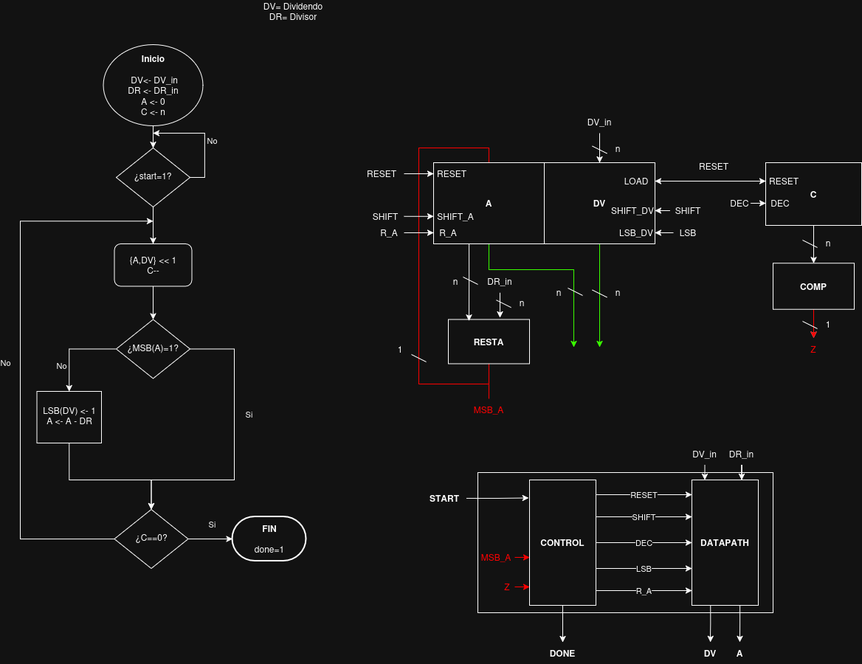
Above: Divisor/Divisor_2.png in r3-electro-hub/Digital-l (draw.io), before the change. Source tidied: cells renumbered, new cells last; positions are measured from the earlier drawing's top-left corner, leaving out a move shared by most shapes.
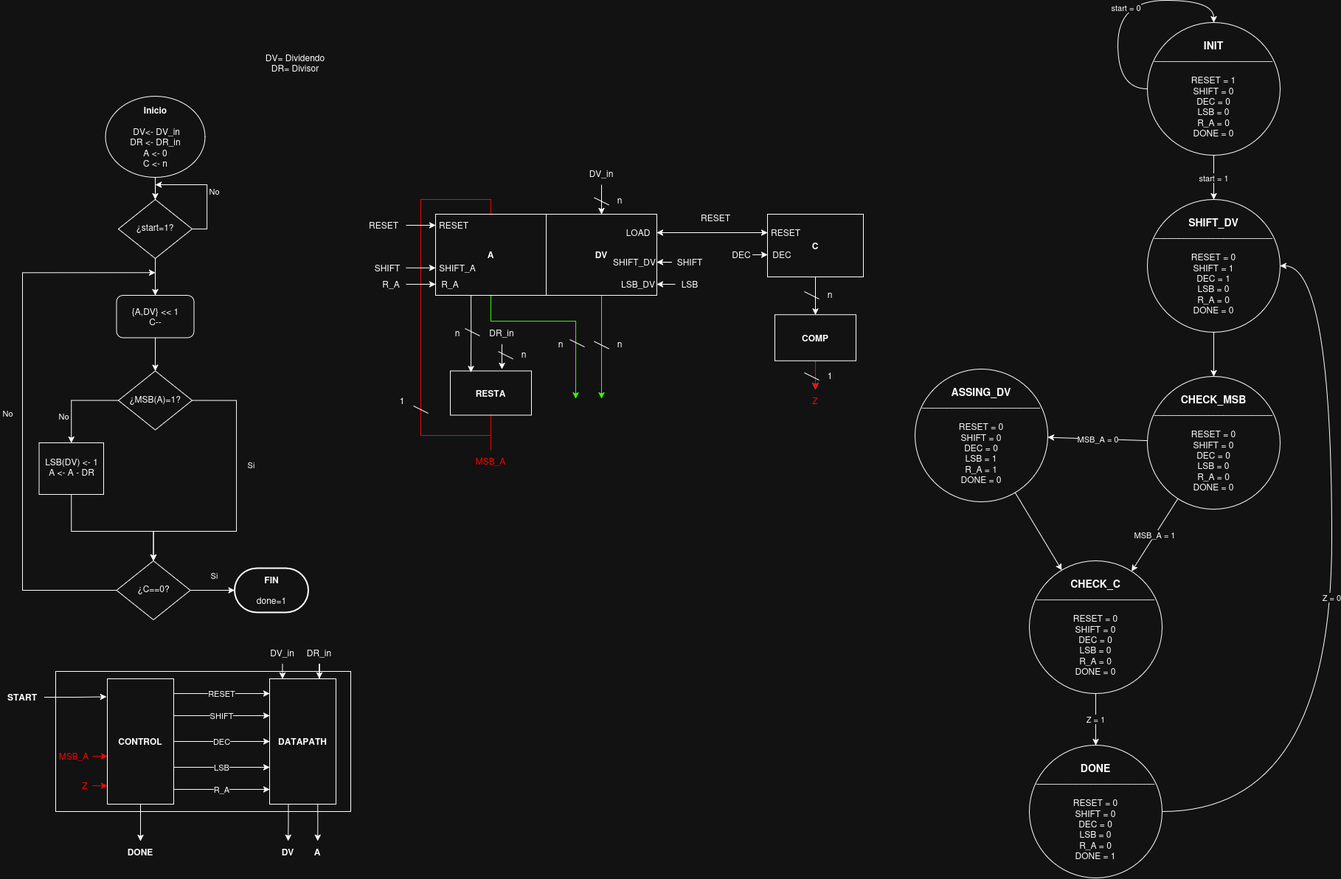
The same diagram one commit later.

The edit, as a diff of the source:
```diff
@@ -3,7 +3,7 @@
     <mxCell id="0" />
     <mxCell id="1" parent="0" />
     <mxCell id="2" style="whiteSpace=wrap;html=1;" parent="1" vertex="1">
-      <mxGeometry x="620" y="640" width="400" height="190" as="geometry" />
+      <mxGeometry x="45" y="840" width="400" height="190" as="geometry" />
     </mxCell>
     <mxCell id="3" style="edgeStyle=orthogonalEdgeStyle;rounded=0;jettySize=auto;html=1;" parent="1" edge="1" source="4" target="9">
       <mxGeometry relative="1" as="geometry" />
@@ -220,7 +220,7 @@
       <mxGeometry relative="1" as="geometry" />
     </mxCell>
     <mxCell id="62" value="&lt;b&gt;CONTROL&lt;/b&gt;" style="whiteSpace=wrap;html=1;" parent="1" vertex="1">
-      <mxGeometry x="690" y="650" width="90" height="170" as="geometry" />
+      <mxGeometry x="115" y="850" width="90" height="170" as="geometry" />
     </mxCell>
     <mxCell id="63" style="edgeStyle=orthogonalEdgeStyle;rounded=0;jettySize=auto;html=1;" parent="1" edge="1" source="64" target="22">
       <mxGeometry relative="1" as="geometry" />
@@ -302,47 +302,47 @@
     </mxCell>
     <mxCell id="81" style="edgeStyle=orthogonalEdgeStyle;rounded=0;jettySize=auto;html=1;exitX=0.393;exitY=0.993;exitDx=0;exitDy=0;exitPerimeter=0;" parent="1" edge="1" target="95">
       <mxGeometry relative="1" as="geometry">
-        <mxPoint x="935.4" y="818.8" as="sourcePoint" />
+        <mxPoint x="360.4" y="1018.8" as="sourcePoint" />
       </mxGeometry>
     </mxCell>
     <mxCell id="82" style="edgeStyle=orthogonalEdgeStyle;rounded=0;jettySize=auto;html=1;exitX=0.724;exitY=1.001;exitDx=0;exitDy=0;exitPerimeter=0;" parent="1" edge="1" source="83" target="96">
       <mxGeometry relative="1" as="geometry" />
     </mxCell>
     <mxCell id="83" value="&lt;b&gt;DATAPATH&lt;/b&gt;" style="whiteSpace=wrap;html=1;" parent="1" vertex="1">
-      <mxGeometry x="910" y="650" width="90" height="170" as="geometry" />
+      <mxGeometry x="335" y="850" width="90" height="170" as="geometry" />
     </mxCell>
     <mxCell id="84" value="RESET" style="edgeStyle=orthogonalEdgeStyle;rounded=0;orthogonalLoop=1;jettySize=auto;html=1;" parent="1" edge="1">
       <mxGeometry relative="1" as="geometry">
-        <mxPoint x="780" y="670" as="sourcePoint" />
-        <mxPoint x="910" y="670" as="targetPoint" />
+        <mxPoint x="205" y="870" as="sourcePoint" />
+        <mxPoint x="335" y="870" as="targetPoint" />
       </mxGeometry>
     </mxCell>
     <mxCell id="85" value="SHIFT" style="edgeStyle=orthogonalEdgeStyle;rounded=0;orthogonalLoop=1;jettySize=auto;html=1;" parent="1" edge="1">
       <mxGeometry relative="1" as="geometry">
-        <mxPoint x="780" y="700" as="sourcePoint" />
-        <mxPoint x="910" y="700" as="targetPoint" />
+        <mxPoint x="205" y="900" as="sourcePoint" />
+        <mxPoint x="335" y="900" as="targetPoint" />
       </mxGeometry>
     </mxCell>
     <mxCell id="86" value="LSB" style="edgeStyle=orthogonalEdgeStyle;rounded=0;orthogonalLoop=1;jettySize=auto;html=1;" parent="1" edge="1">
       <mxGeometry relative="1" as="geometry">
-        <mxPoint x="780" y="770" as="sourcePoint" />
-        <mxPoint x="910" y="770" as="targetPoint" />
+        <mxPoint x="205" y="970" as="sourcePoint" />
+        <mxPoint x="335" y="970" as="targetPoint" />
       </mxGeometry>
     </mxCell>
     <mxCell id="87" value="R_A" style="edgeStyle=orthogonalEdgeStyle;rounded=0;orthogonalLoop=1;jettySize=auto;html=1;" parent="1" edge="1">
       <mxGeometry relative="1" as="geometry">
-        <mxPoint x="780" y="800" as="sourcePoint" />
-        <mxPoint x="910" y="800" as="targetPoint" />
+        <mxPoint x="205" y="1000" as="sourcePoint" />
+        <mxPoint x="335" y="1000" as="targetPoint" />
       </mxGeometry>
     </mxCell>
     <mxCell id="88" value="START" style="text;html=1;whiteSpace=wrap;strokeColor=none;fillColor=none;align=center;verticalAlign=middle;rounded=0;fontStyle=1;" parent="1" vertex="1">
-      <mxGeometry x="545" y="660" width="60" height="30" as="geometry" />
+      <mxGeometry x="-30" y="860" width="60" height="30" as="geometry" />
     </mxCell>
     <mxCell id="89" value="MSB_A" style="text;html=1;whiteSpace=wrap;strokeColor=none;fillColor=none;align=center;verticalAlign=middle;rounded=0;fontColor=light-dark(#000000,#FF0000);" parent="1" vertex="1">
-      <mxGeometry x="620" y="740" width="50" height="30" as="geometry" />
+      <mxGeometry x="45" y="940" width="50" height="30" as="geometry" />
     </mxCell>
     <mxCell id="90" value="Z" style="text;html=1;whiteSpace=wrap;strokeColor=none;fillColor=none;align=center;verticalAlign=middle;rounded=0;fontColor=light-dark(#000000,#FF0000);" parent="1" vertex="1">
-      <mxGeometry x="650" y="780" width="20" height="30" as="geometry" />
+      <mxGeometry x="75" y="980" width="20" height="30" as="geometry" />
     </mxCell>
     <mxCell id="91" style="edgeStyle=orthogonalEdgeStyle;rounded=0;jettySize=auto;html=1;entryX=-0.011;entryY=0.617;entryDx=0;entryDy=0;entryPerimeter=0;fontColor=light-dark(#000000,#FF0000);strokeColor=light-dark(#000000,#FF0000);" parent="1" edge="1" source="89" target="62">
       <mxGeometry relative="1" as="geometry" />
@@ -354,25 +354,78 @@
       <mxGeometry relative="1" as="geometry" />
     </mxCell>
     <mxCell id="94" value="DONE" style="text;html=1;whiteSpace=wrap;strokeColor=none;fillColor=none;align=center;verticalAlign=middle;rounded=0;fontStyle=1;" parent="1" vertex="1">
-      <mxGeometry x="705" y="870" width="60" height="30" as="geometry" />
+      <mxGeometry x="130" y="1070" width="60" height="30" as="geometry" />
     </mxCell>
     <mxCell id="95" value="DV" style="text;html=1;whiteSpace=wrap;strokeColor=none;fillColor=none;align=center;verticalAlign=middle;rounded=0;fontStyle=1;" parent="1" vertex="1">
-      <mxGeometry x="920" y="870" width="30" height="30" as="geometry" />
+      <mxGeometry x="345" y="1070" width="30" height="30" as="geometry" />
     </mxCell>
     <mxCell id="96" value="A" style="text;html=1;whiteSpace=wrap;strokeColor=none;fillColor=none;align=center;verticalAlign=middle;rounded=0;fontStyle=1;" parent="1" vertex="1">
-      <mxGeometry x="960" y="870" width="30" height="30" as="geometry" />
+      <mxGeometry x="385" y="1070" width="30" height="30" as="geometry" />
     </mxCell>
     <mxCell id="97" value="&lt;div&gt;DV_in&lt;/div&gt;" style="text;html=1;whiteSpace=wrap;strokeColor=none;fillColor=none;align=center;verticalAlign=middle;rounded=0;" parent="1" vertex="1">
-      <mxGeometry x="905" y="600" width="45" height="30" as="geometry" />
+      <mxGeometry x="330" y="800" width="45" height="30" as="geometry" />
     </mxCell>
     <mxCell id="98" style="edgeStyle=orthogonalEdgeStyle;rounded=0;jettySize=auto;html=1;entryX=0.75;entryY=0;entryDx=0;entryDy=0;" parent="1" edge="1" source="99" target="83">
       <mxGeometry relative="1" as="geometry" />
     </mxCell>
     <mxCell id="99" value="&lt;div&gt;DR_in&lt;/div&gt;" style="text;html=1;whiteSpace=wrap;strokeColor=none;fillColor=none;align=center;verticalAlign=middle;rounded=0;" parent="1" vertex="1">
-      <mxGeometry x="955" y="600" width="45" height="30" as="geometry" />
+      <mxGeometry x="380" y="800" width="45" height="30" as="geometry" />
     </mxCell>
     <mxCell id="100" style="edgeStyle=orthogonalEdgeStyle;rounded=0;jettySize=auto;html=1;entryX=0.193;entryY=0.001;entryDx=0;entryDy=0;entryPerimeter=0;" parent="1" edge="1" source="97" target="83">
       <mxGeometry relative="1" as="geometry" />
     </mxCell>
+    <mxCell id="101" value="start = 1" style="rounded=0;jettySize=auto;html=1;" parent="1" edge="1" source="102" target="104">
+      <mxGeometry relative="1" as="geometry" />
+    </mxCell>
+    <mxCell id="102" value="&lt;div&gt;&lt;font style=&quot;font-size: 14px;&quot;&gt;&lt;b&gt;INIT&lt;/b&gt;&lt;/font&gt;&lt;div&gt;&lt;b&gt;&lt;font style=&quot;font-size: 14px;&quot;&gt;&lt;/font&gt;&lt;/b&gt;&lt;/div&gt;&lt;div&gt;&lt;b&gt;________________________&lt;/b&gt;&lt;/div&gt;&lt;div&gt;&lt;b&gt;&lt;font style=&quot;font-size: 14px;&quot;&gt;&lt;br&gt;&lt;/font&gt;&lt;/b&gt;&lt;/div&gt;RESET = 1&lt;/div&gt;&lt;div&gt;SHIFT = 0&lt;/div&gt;&lt;div&gt;DEC = 0&lt;/div&gt;&lt;div&gt;LSB = 0&lt;/div&gt;&lt;div&gt;R_A = 0&lt;/div&gt;&lt;div&gt;DONE = 0&lt;/div&gt;" style="ellipse;whiteSpace=wrap;html=1;" parent="1" vertex="1">
+      <mxGeometry x="1525" y="-40" width="180" height="180" as="geometry" />
+    </mxCell>
+    <mxCell id="103" style="rounded=0;jettySize=auto;html=1;" parent="1" edge="1" source="104" target="107">
+      <mxGeometry relative="1" as="geometry" />
+    </mxCell>
+    <mxCell id="104" value="&lt;div&gt;&lt;font style=&quot;font-size: 14px;&quot;&gt;&lt;b&gt;SHIFT_DV&lt;/b&gt;&lt;/font&gt;&lt;div&gt;&lt;b&gt;&lt;font style=&quot;font-size: 14px;&quot;&gt;&lt;/font&gt;&lt;/b&gt;&lt;/div&gt;&lt;div&gt;&lt;b&gt;________________________&lt;/b&gt;&lt;/div&gt;&lt;div&gt;&lt;b&gt;&lt;font style=&quot;font-size: 14px;&quot;&gt;&lt;br&gt;&lt;/font&gt;&lt;/b&gt;&lt;/div&gt;RESET = 0&lt;/div&gt;&lt;div&gt;SHIFT = 1&lt;/div&gt;&lt;div&gt;DEC = 1&lt;/div&gt;&lt;div&gt;LSB = 0&lt;/div&gt;&lt;div&gt;R_A = 0&lt;/div&gt;&lt;div&gt;DONE = 0&lt;/div&gt;" style="ellipse;whiteSpace=wrap;html=1;" parent="1" vertex="1">
+      <mxGeometry x="1525" y="200" width="180" height="180" as="geometry" />
+    </mxCell>
+    <mxCell id="105" value="MSB_A = 0" style="rounded=0;jettySize=auto;html=1;" parent="1" edge="1" source="107" target="110">
+      <mxGeometry relative="1" as="geometry" />
+    </mxCell>
+    <mxCell id="106" value="MSB_A = 1" style="rounded=0;jettySize=auto;html=1;" parent="1" edge="1" source="107" target="112">
+      <mxGeometry relative="1" as="geometry" />
+    </mxCell>
+    <mxCell id="107" value="&lt;div&gt;&lt;font style=&quot;font-size: 14px;&quot;&gt;&lt;b&gt;CHECK_MSB&lt;/b&gt;&lt;/font&gt;&lt;div&gt;&lt;b&gt;&lt;font style=&quot;font-size: 14px;&quot;&gt;&lt;/font&gt;&lt;/b&gt;&lt;/div&gt;&lt;div&gt;&lt;b&gt;________________________&lt;/b&gt;&lt;/div&gt;&lt;div&gt;&lt;b&gt;&lt;font style=&quot;font-size: 14px;&quot;&gt;&lt;br&gt;&lt;/font&gt;&lt;/b&gt;&lt;/div&gt;RESET = 0&lt;/div&gt;&lt;div&gt;SHIFT = 0&lt;/div&gt;&lt;div&gt;DEC = 0&lt;/div&gt;&lt;div&gt;LSB = 0&lt;/div&gt;&lt;div&gt;R_A = 0&lt;/div&gt;&lt;div&gt;DONE = 0&lt;/div&gt;" style="ellipse;whiteSpace=wrap;html=1;" parent="1" vertex="1">
+      <mxGeometry x="1525" y="440" width="180" height="180" as="geometry" />
+    </mxCell>
+    <mxCell id="108" value="start = 0" style="edgeStyle=orthogonalEdgeStyle;rounded=0;orthogonalLoop=1;jettySize=auto;html=1;exitX=0;exitY=0.5;exitDx=0;exitDy=0;curved=1;" parent="1" edge="1" source="102" target="102">
+      <mxGeometry x="0.06" y="-10" relative="1" as="geometry">
+        <Array as="points">
+          <mxPoint x="1485" y="50" />
+          <mxPoint x="1485" y="-70" />
+          <mxPoint x="1615" y="-70" />
+        </Array>
+      </mxGeometry>
+    </mxCell>
+    <mxCell id="109" style="rounded=0;jettySize=auto;html=1;" parent="1" edge="1" source="110" target="112">
+      <mxGeometry relative="1" as="geometry" />
+    </mxCell>
+    <mxCell id="110" value="&lt;div&gt;&lt;font style=&quot;font-size: 14px;&quot;&gt;&lt;b&gt;ASSING_DV&lt;/b&gt;&lt;/font&gt;&lt;div&gt;&lt;b&gt;&lt;font style=&quot;font-size: 14px;&quot;&gt;&lt;/font&gt;&lt;/b&gt;&lt;/div&gt;&lt;div&gt;&lt;b&gt;________________________&lt;/b&gt;&lt;/div&gt;&lt;div&gt;&lt;b&gt;&lt;font style=&quot;font-size: 14px;&quot;&gt;&lt;br&gt;&lt;/font&gt;&lt;/b&gt;&lt;/div&gt;RESET = 0&lt;/div&gt;&lt;div&gt;SHIFT = 0&lt;/div&gt;&lt;div&gt;DEC = 0&lt;/div&gt;&lt;div&gt;LSB = 1&lt;/div&gt;&lt;div&gt;R_A = 1&lt;/div&gt;&lt;div&gt;DONE = 0&lt;/div&gt;" style="ellipse;whiteSpace=wrap;html=1;" parent="1" vertex="1">
+      <mxGeometry x="1210" y="430" width="180" height="180" as="geometry" />
+    </mxCell>
+    <mxCell id="111" value="&lt;div&gt;Z = 1&lt;/div&gt;" style="rounded=0;jettySize=auto;html=1;" parent="1" edge="1" source="112" target="114">
+      <mxGeometry relative="1" as="geometry" />
+    </mxCell>
+    <mxCell id="112" value="&lt;div&gt;&lt;font style=&quot;font-size: 14px;&quot;&gt;&lt;b&gt;CHECK_C&lt;/b&gt;&lt;/font&gt;&lt;div&gt;&lt;b&gt;&lt;font style=&quot;font-size: 14px;&quot;&gt;&lt;/font&gt;&lt;/b&gt;&lt;/div&gt;&lt;div&gt;&lt;b&gt;________________________&lt;/b&gt;&lt;/div&gt;&lt;div&gt;&lt;b&gt;&lt;font style=&quot;font-size: 14px;&quot;&gt;&lt;br&gt;&lt;/font&gt;&lt;/b&gt;&lt;/div&gt;RESET = 0&lt;/div&gt;&lt;div&gt;SHIFT = 0&lt;/div&gt;&lt;div&gt;DEC = 0&lt;/div&gt;&lt;div&gt;LSB = 0&lt;/div&gt;&lt;div&gt;R_A = 0&lt;/div&gt;&lt;div&gt;DONE = 0&lt;/div&gt;" style="ellipse;whiteSpace=wrap;html=1;" parent="1" vertex="1">
+      <mxGeometry x="1365" y="690" width="180" height="180" as="geometry" />
+    </mxCell>
+    <mxCell id="113" value="Z = 0" style="edgeStyle=orthogonalEdgeStyle;rounded=0;jettySize=auto;html=1;exitX=1;exitY=0.5;exitDx=0;exitDy=0;curved=1;" parent="1" edge="1" source="114" target="104">
+      <mxGeometry relative="1" as="geometry">
+        <Array as="points">
+          <mxPoint x="1775" y="1030" />
+          <mxPoint x="1775" y="290" />
+        </Array>
+      </mxGeometry>
+    </mxCell>
+    <mxCell id="114" value="&lt;div&gt;&lt;font style=&quot;font-size: 14px;&quot;&gt;&lt;b&gt;DONE&lt;/b&gt;&lt;/font&gt;&lt;div&gt;&lt;b&gt;&lt;font style=&quot;font-size: 14px;&quot;&gt;&lt;/font&gt;&lt;/b&gt;&lt;/div&gt;&lt;div&gt;&lt;b&gt;________________________&lt;/b&gt;&lt;/div&gt;&lt;div&gt;&lt;b&gt;&lt;font style=&quot;font-size: 14px;&quot;&gt;&lt;br&gt;&lt;/font&gt;&lt;/b&gt;&lt;/div&gt;RESET = 0&lt;/div&gt;&lt;div&gt;SHIFT = 0&lt;/div&gt;&lt;div&gt;DEC = 0&lt;/div&gt;&lt;div&gt;LSB = 0&lt;/div&gt;&lt;div&gt;R_A = 0&lt;/div&gt;&lt;div&gt;DONE = 1&lt;/div&gt;" style="ellipse;whiteSpace=wrap;html=1;" parent="1" vertex="1">
+      <mxGeometry x="1365" y="940" width="180" height="180" as="geometry" />
+    </mxCell>
   </root>
 </mxGraphModel>
```
